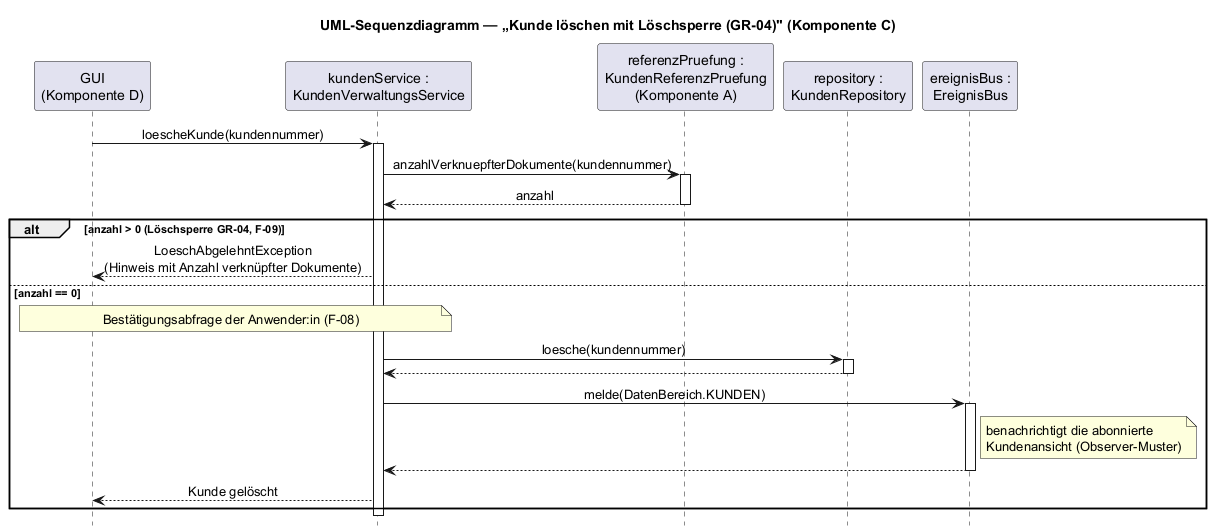
Before: dokumentation/diagramme/sequenz_kunde_loeschen.png, a diagram exported from PlantUML (lucasstrubel/faktura).
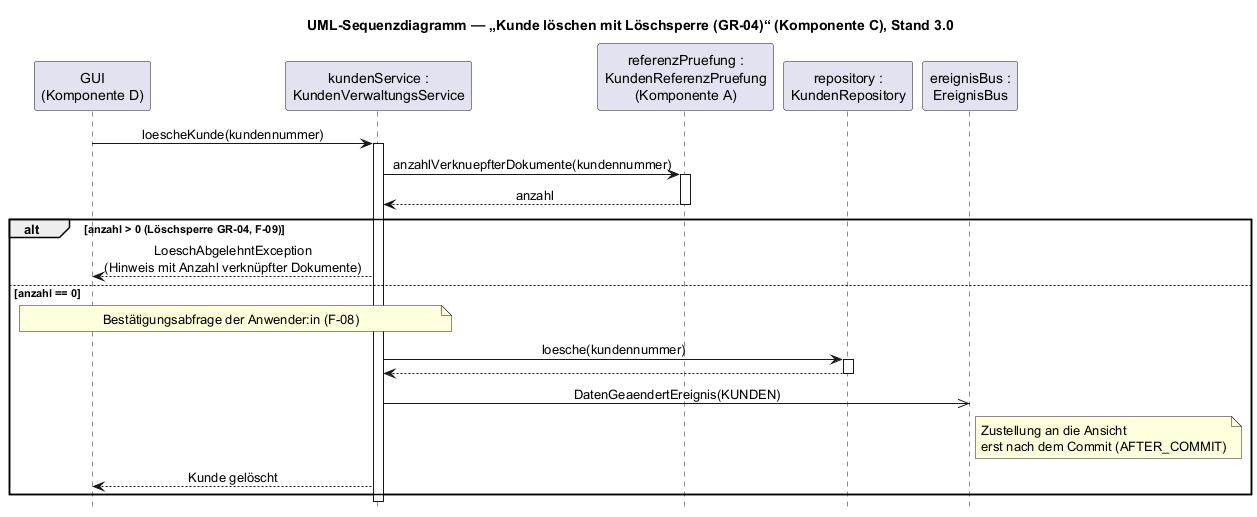
The same diagram one commit later.

Diff of the diagram source:
```diff
@@ -5,7 +5,7 @@
 skinparam sequenceMessageAlign center
 hide footbox
 
-title UML-Sequenzdiagramm — „Kunde löschen mit Löschsperre (GR-04)" (Komponente C)
+title UML-Sequenzdiagramm — „Kunde löschen mit Löschsperre (GR-04)“ (Komponente C), Stand 3.0
 
 participant "GUI\n(Komponente D)" as GUI
 participant "kundenService :\nKundenVerwaltungsService" as KVS
@@ -29,11 +29,8 @@
   activate REPO
   REPO --> KVS
   deactivate REPO
-  KVS -> EB : melde(DatenBereich.KUNDEN)
-  activate EB
-  note right of EB : benachrichtigt die abonnierte\nKundenansicht (Observer-Muster)
-  EB --> KVS
-  deactivate EB
+  KVS ->> EB : DatenGeaendertEreignis(KUNDEN)
+  note right of EB : Zustellung an die Ansicht\nerst nach dem Commit (AFTER_COMMIT)
   KVS --> GUI : Kunde gelöscht
 end
 
```
